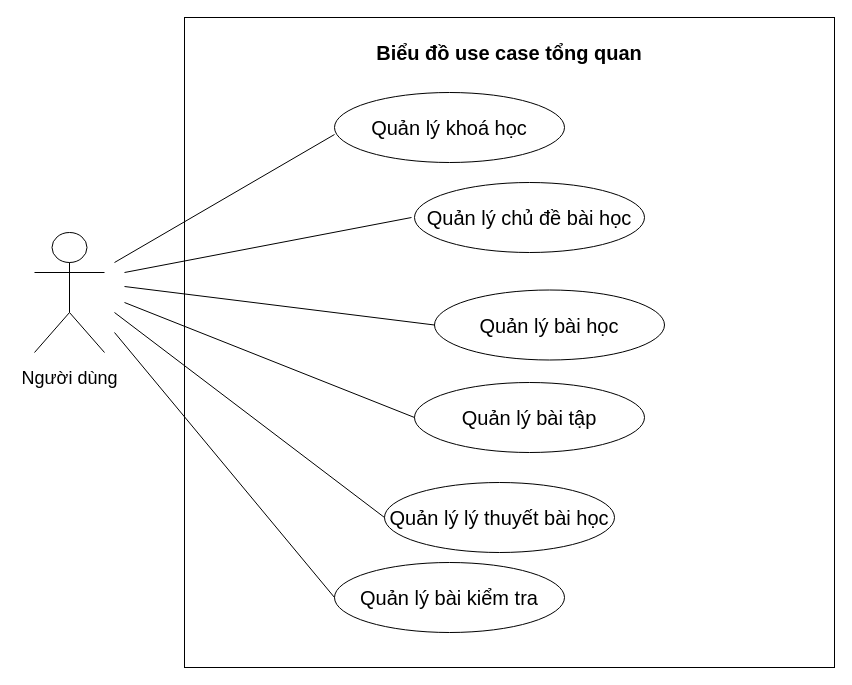
Above: page "Usecase tổng quan" (1 of 4) of src/Untitled Diagram.drawio in Thuong911/vietStudy (draw.io), before the change. Source tidied: cells renumbered, new cells numbered last; positions are measured from the earlier drawing's top-left corner, leaving out a move shared by most shapes. Both pictures are drawn from the tidied source at 100%, with x=0, y=0 at pixel (34, 17).
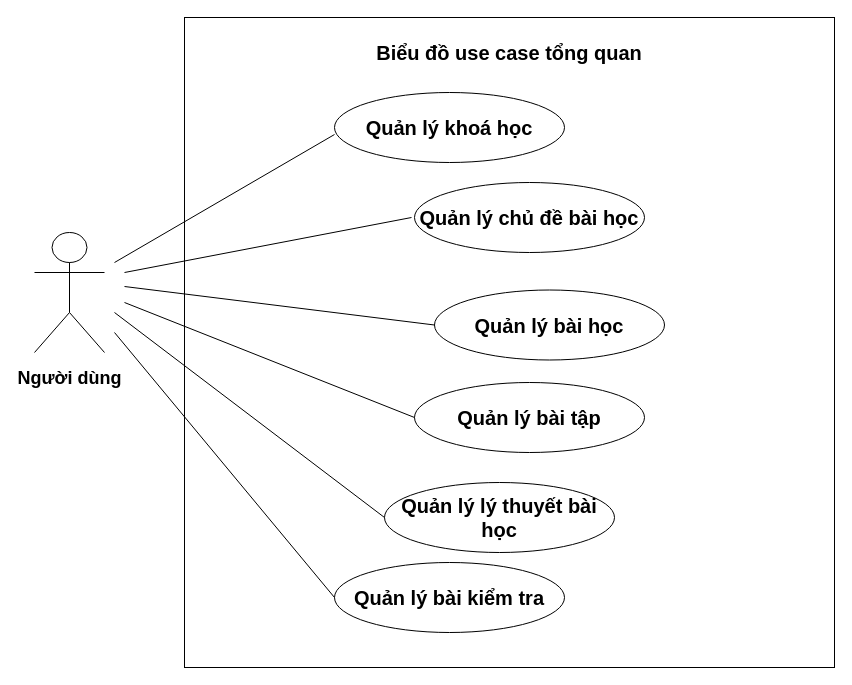
The same diagram, later.

Diff of the diagram source:
```diff
@@
-    <mxCell id="2" value="&lt;h2 style=&quot;font-size: 20px;&quot;&gt;Biểu đồ use case tổng quan&lt;/h2&gt;" style="whiteSpace=wrap;html=1;rounded=0;shadow=0;sketch=0;verticalAlign=top;fontSize=20;" parent="1" vertex="1">
+    <mxCell id="2" value="&lt;h2 style=&quot;font-size: 20px;&quot;&gt;Biểu đồ use case tổng quan&lt;/h2&gt;" style="whiteSpace=wrap;html=1;rounded=0;shadow=0;sketch=0;verticalAlign=top;fontSize=20;fontStyle=1;" parent="1" vertex="1">
       <mxGeometry x="150" width="650" height="650" as="geometry" />
     </mxCell>
-    <mxCell id="3" value="&lt;p style=&quot;font-size: 18px ; line-height: 20%&quot;&gt;&lt;font style=&quot;font-size: 18px&quot;&gt;Người &lt;/font&gt;&lt;font style=&quot;font-size: 18px&quot;&gt;dùng&lt;/font&gt;&lt;/p&gt;" style="shape=umlActor;verticalLabelPosition=bottom;verticalAlign=top;html=1;rounded=0;shadow=0;sketch=0;" parent="1" vertex="1">
+    <mxCell id="3" value="&lt;p style=&quot;font-size: 18px ; line-height: 20%&quot;&gt;&lt;font style=&quot;font-size: 18px&quot;&gt;Người &lt;/font&gt;&lt;font style=&quot;font-size: 18px&quot;&gt;dùng&lt;/font&gt;&lt;/p&gt;" style="shape=umlActor;verticalLabelPosition=bottom;verticalAlign=top;html=1;rounded=0;shadow=0;sketch=0;fontStyle=1;" parent="1" vertex="1">
       <mxGeometry y="215" width="70" height="120" as="geometry" />
     </mxCell>
-    <mxCell id="4" value="Quản lý khoá học" style="ellipse;whiteSpace=wrap;html=1;rounded=0;shadow=0;sketch=0;fontSize=20;verticalAlign=middle;align=center;" parent="1" vertex="1">
+    <mxCell id="4" value="Quản lý khoá học" style="ellipse;whiteSpace=wrap;html=1;rounded=0;shadow=0;sketch=0;fontSize=20;verticalAlign=middle;align=center;fontStyle=1;" parent="1" vertex="1">
       <mxGeometry x="300" y="75" width="230" height="70" as="geometry" />
     </mxCell>
-    <mxCell id="5" value="Quản lý chủ đề bài học" style="ellipse;whiteSpace=wrap;html=1;rounded=0;shadow=0;sketch=0;fontSize=20;verticalAlign=middle;align=center;" parent="1" vertex="1">
+    <mxCell id="5" value="Quản lý chủ đề bài học" style="ellipse;whiteSpace=wrap;html=1;rounded=0;shadow=0;sketch=0;fontSize=20;verticalAlign=middle;align=center;fontStyle=1;" parent="1" vertex="1">
       <mxGeometry x="380" y="165" width="230" height="70" as="geometry" />
     </mxCell>
-    <mxCell id="6" value="Quản lý bài học" style="ellipse;whiteSpace=wrap;html=1;rounded=0;shadow=0;sketch=0;fontSize=20;verticalAlign=middle;align=center;" parent="1" vertex="1">
+    <mxCell id="6" value="Quản lý bài học" style="ellipse;whiteSpace=wrap;html=1;rounded=0;shadow=0;sketch=0;fontSize=20;verticalAlign=middle;align=center;fontStyle=1;" parent="1" vertex="1">
       <mxGeometry x="400" y="272.5" width="230" height="70" as="geometry" />
     </mxCell>
-    <mxCell id="7" value="Quản lý bài tập" style="ellipse;whiteSpace=wrap;html=1;rounded=0;shadow=0;sketch=0;fontSize=20;verticalAlign=middle;align=center;" parent="1" vertex="1">
+    <mxCell id="7" value="Quản lý bài tập" style="ellipse;whiteSpace=wrap;html=1;rounded=0;shadow=0;sketch=0;fontSize=20;verticalAlign=middle;align=center;fontStyle=1;" parent="1" vertex="1">
       <mxGeometry x="380" y="365" width="230" height="70" as="geometry" />
     </mxCell>
-    <mxCell id="8" value="Quản lý lý thuyết bài học" style="ellipse;whiteSpace=wrap;html=1;rounded=0;shadow=0;sketch=0;fontSize=20;verticalAlign=middle;align=center;" parent="1" vertex="1">
+    <mxCell id="8" value="Quản lý lý thuyết bài học" style="ellipse;whiteSpace=wrap;html=1;rounded=0;shadow=0;sketch=0;fontSize=20;verticalAlign=middle;align=center;fontStyle=1;" parent="1" vertex="1">
       <mxGeometry x="350" y="465" width="230" height="70" as="geometry" />
     </mxCell>
-    <mxCell id="9" style="endArrow=none;html=1;fontSize=20;entryX=0;entryY=0.5;entryDx=0;entryDy=0;" parent="1" edge="1" target="8">
+    <mxCell id="9" style="endArrow=none;html=1;fontSize=20;entryX=0;entryY=0.5;entryDx=0;entryDy=0;fontStyle=1;" parent="1" edge="1" target="8">
       <mxGeometry relative="1" as="geometry">
         <mxPoint x="80" y="295" as="sourcePoint" />
       </mxGeometry>
     </mxCell>
-    <mxCell id="10" style="endArrow=none;html=1;fontSize=20;entryX=0;entryY=0.5;entryDx=0;entryDy=0;" parent="1" edge="1" target="6">
+    <mxCell id="10" style="endArrow=none;html=1;fontSize=20;entryX=0;entryY=0.5;entryDx=0;entryDy=0;fontStyle=1;" parent="1" edge="1" target="6">
       <mxGeometry relative="1" as="geometry">
         <mxPoint x="90" y="269" as="sourcePoint" />
       </mxGeometry>
     </mxCell>
-    <mxCell id="11" style="endArrow=none;html=1;fontSize=20;entryX=0;entryY=0.6;entryDx=0;entryDy=0;entryPerimeter=0;" parent="1" edge="1" target="4">
+    <mxCell id="11" style="endArrow=none;html=1;fontSize=20;entryX=0;entryY=0.6;entryDx=0;entryDy=0;entryPerimeter=0;fontStyle=1;" parent="1" edge="1" target="4">
       <mxGeometry relative="1" as="geometry">
         <mxPoint x="80" y="245" as="sourcePoint" />
       </mxGeometry>
     </mxCell>
-    <mxCell id="12" style="endArrow=none;html=1;fontSize=20;entryX=0;entryY=0.5;entryDx=0;entryDy=0;" parent="1" edge="1" target="7">
+    <mxCell id="12" style="endArrow=none;html=1;fontSize=20;entryX=0;entryY=0.5;entryDx=0;entryDy=0;fontStyle=1;" parent="1" edge="1" target="7">
       <mxGeometry relative="1" as="geometry">
         <mxPoint x="90" y="285" as="sourcePoint" />
       </mxGeometry>
     </mxCell>
-    <mxCell id="13" style="endArrow=none;html=1;fontSize=20;" parent="1" edge="1">
+    <mxCell id="13" style="endArrow=none;html=1;fontSize=20;fontStyle=1;" parent="1" edge="1">
       <mxGeometry relative="1" as="geometry">
         <mxPoint x="90" y="255" as="sourcePoint" />
         <mxPoint x="377" y="200" as="targetPoint" />
       </mxGeometry>
     </mxCell>
-    <mxCell id="14" value="Quản lý bài kiểm tra" style="ellipse;whiteSpace=wrap;html=1;rounded=0;shadow=0;sketch=0;fontSize=20;verticalAlign=middle;align=center;" parent="1" vertex="1">
+    <mxCell id="14" value="Quản lý bài kiểm tra" style="ellipse;whiteSpace=wrap;html=1;rounded=0;shadow=0;sketch=0;fontSize=20;verticalAlign=middle;align=center;fontStyle=1;" parent="1" vertex="1">
       <mxGeometry x="300" y="545" width="230" height="70" as="geometry" />
     </mxCell>
-    <mxCell id="15" style="endArrow=none;html=1;exitX=0;exitY=0.5;exitDx=0;exitDy=0;" parent="1" edge="1" source="14">
+    <mxCell id="15" style="endArrow=none;html=1;exitX=0;exitY=0.5;exitDx=0;exitDy=0;fontStyle=1;" parent="1" edge="1" source="14">
       <mxGeometry relative="1" as="geometry">
         <mxPoint x="80" y="315" as="targetPoint" />
       </mxGeometry>
     </mxCell>
```
